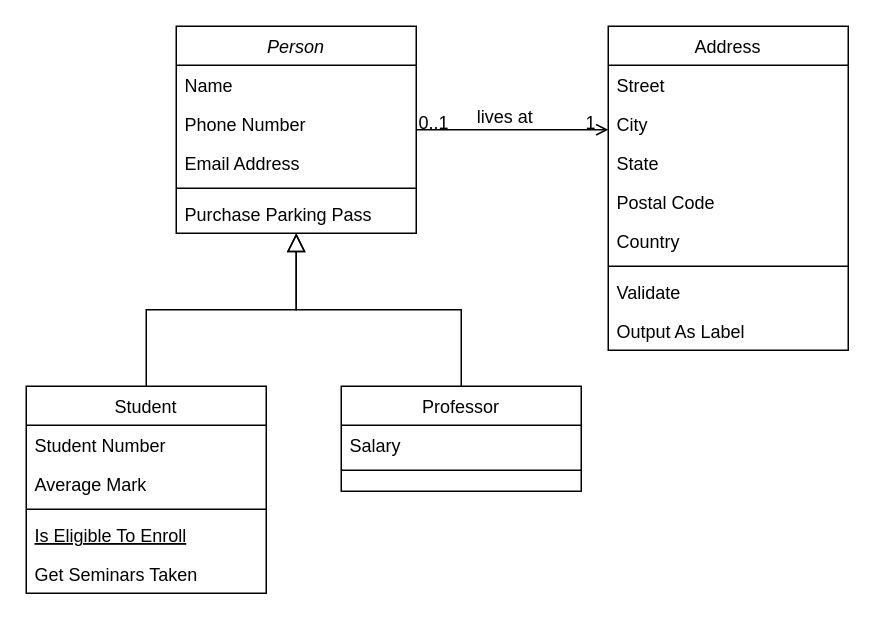
Above: instagram .drawio in gabrimota/Diagramas (draw.io), before the change. Source tidied: cells renumbered, new cells numbered last; positions are measured from the earlier drawing's top-left corner, leaving out a move shared by most shapes. Both pictures are drawn from the tidied source at 150%, with x=0, y=0 at pixel (26, 26).
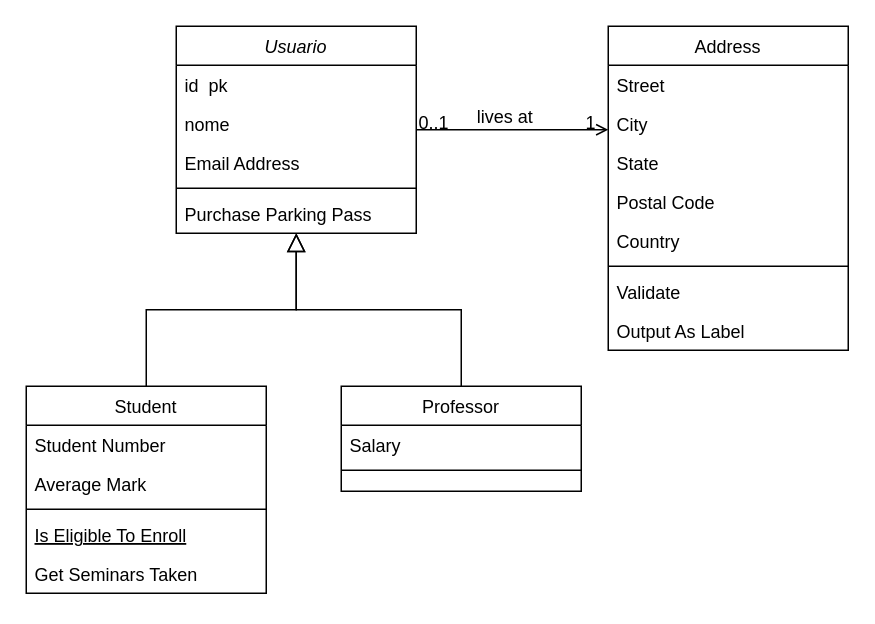
The same diagram, later.

Change to the diagram source:
```diff
@@
-    <mxCell id="2" value="Person" style="swimlane;fontStyle=2;align=center;verticalAlign=top;horizontal=1;startSize=26;rounded=0;shadow=0;strokeWidth=1;" parent="1" vertex="1">
+    <mxCell id="2" value="Usuario" style="swimlane;fontStyle=2;align=center;verticalAlign=top;horizontal=1;startSize=26;rounded=0;shadow=0;strokeWidth=1;" parent="1" vertex="1">
       <mxGeometry x="100" width="160" height="138" as="geometry" />
     </mxCell>
-    <mxCell id="3" value="Name" style="text;align=left;verticalAlign=top;spacingLeft=4;spacingRight=4;overflow=hidden;" parent="2" vertex="1">
+    <mxCell id="3" value="id  pk" style="text;align=left;verticalAlign=top;spacingLeft=4;spacingRight=4;overflow=hidden;" parent="2" vertex="1">
       <mxGeometry y="26" width="160" height="26" as="geometry" />
     </mxCell>
-    <mxCell id="4" value="Phone Number" style="text;align=left;verticalAlign=top;spacingLeft=4;spacingRight=4;overflow=hidden;rounded=0;shadow=0;html=0;" parent="2" vertex="1">
+    <mxCell id="4" value="nome" style="text;align=left;verticalAlign=top;spacingLeft=4;spacingRight=4;overflow=hidden;rounded=0;shadow=0;html=0;" parent="2" vertex="1">
       <mxGeometry y="52" width="160" height="26" as="geometry" />
     </mxCell>
```
